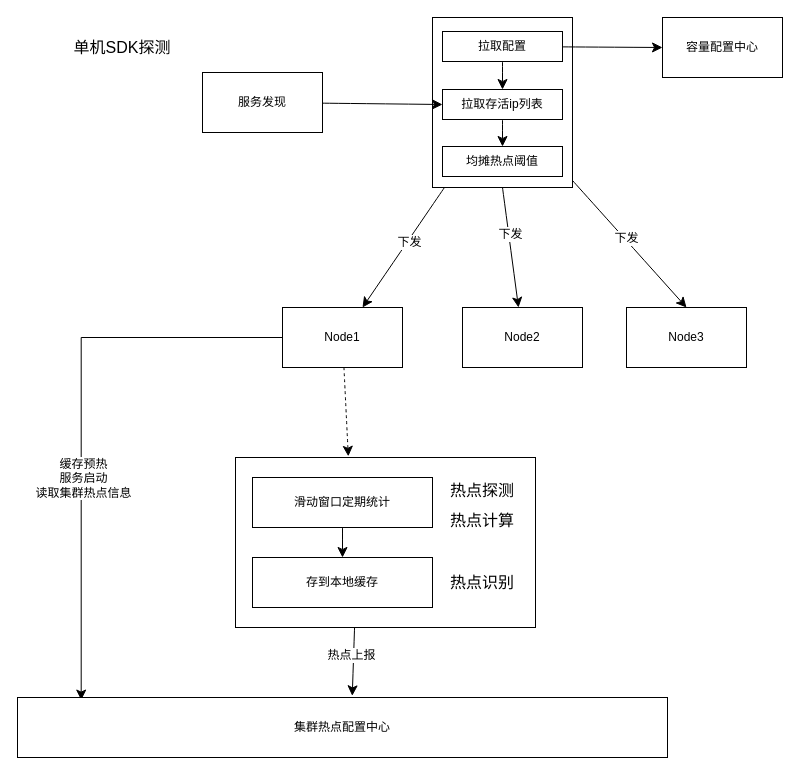
codingWhat/drawio keeps this draw.io diagram as 未命名绘图.drawio. Above is the earlier version. Source tidied: cells renumbered, new cells numbered last; positions are measured from the earlier drawing's top-left corner, leaving out a move shared by most shapes. Both pictures are drawn from the tidied source at 100%, with x=0, y=0 at pixel (17, 17).
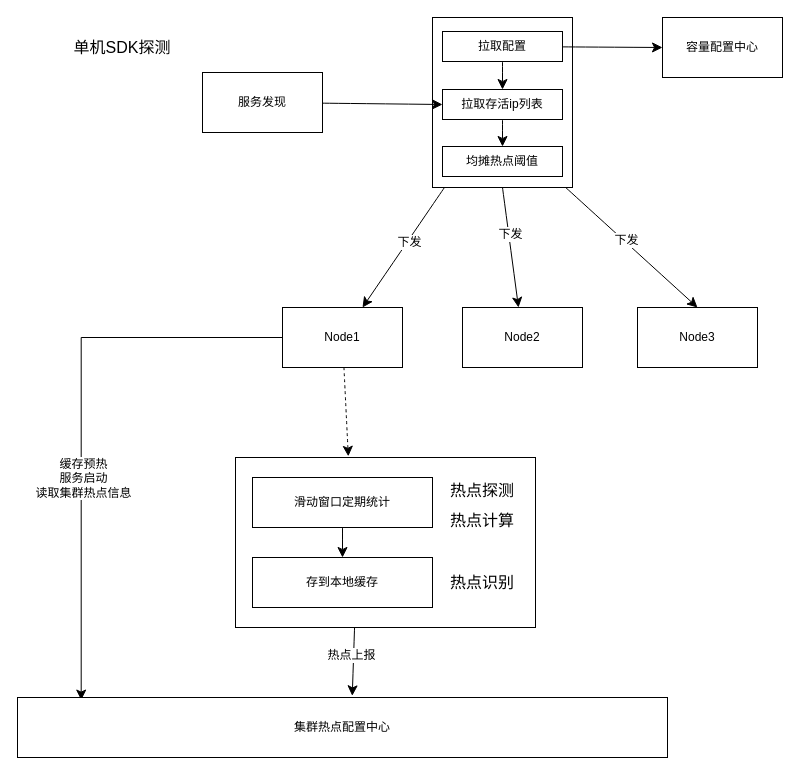
The same diagram, later.

Commit message:
更新未命名绘图.drawio

Unchanged cells that the change refers to:
```xml
<mxCell id="8" style="rounded=0;whiteSpace=wrap;html=1;" parent="1" vertex="1">
  <mxGeometry x="415" width="140" height="170" as="geometry" />
</mxCell>
```

Change to the diagram source:
```diff
@@
-    <mxCell id="6" style="edgeStyle=none;curved=1;rounded=0;jettySize=auto;html=1;entryX=0.5;entryY=0;entryDx=0;entryDy=0;fontSize=12;startSize=8;endSize=8;" parent="1" edge="1" source="8" target="14">
+    <mxCell id="6" style="edgeStyle=none;curved=1;rounded=0;jettySize=auto;html=1;entryX=0.5;entryY=0;entryDx=0;entryDy=0;fontSize=12;startSize=8;endSize=8;exitX=0.938;exitY=0.99;exitDx=0;exitDy=0;exitPerimeter=0;" parent="1" edge="1" source="8" target="14">
       <mxGeometry relative="1" as="geometry" />
     </mxCell>
@@
     <mxCell id="14" value="Node3" style="rounded=0;whiteSpace=wrap;html=1;" parent="1" vertex="1">
-      <mxGeometry x="609" y="290" width="120" height="60" as="geometry" />
+      <mxGeometry x="620" y="290" width="120" height="60" as="geometry" />
     </mxCell>
```
